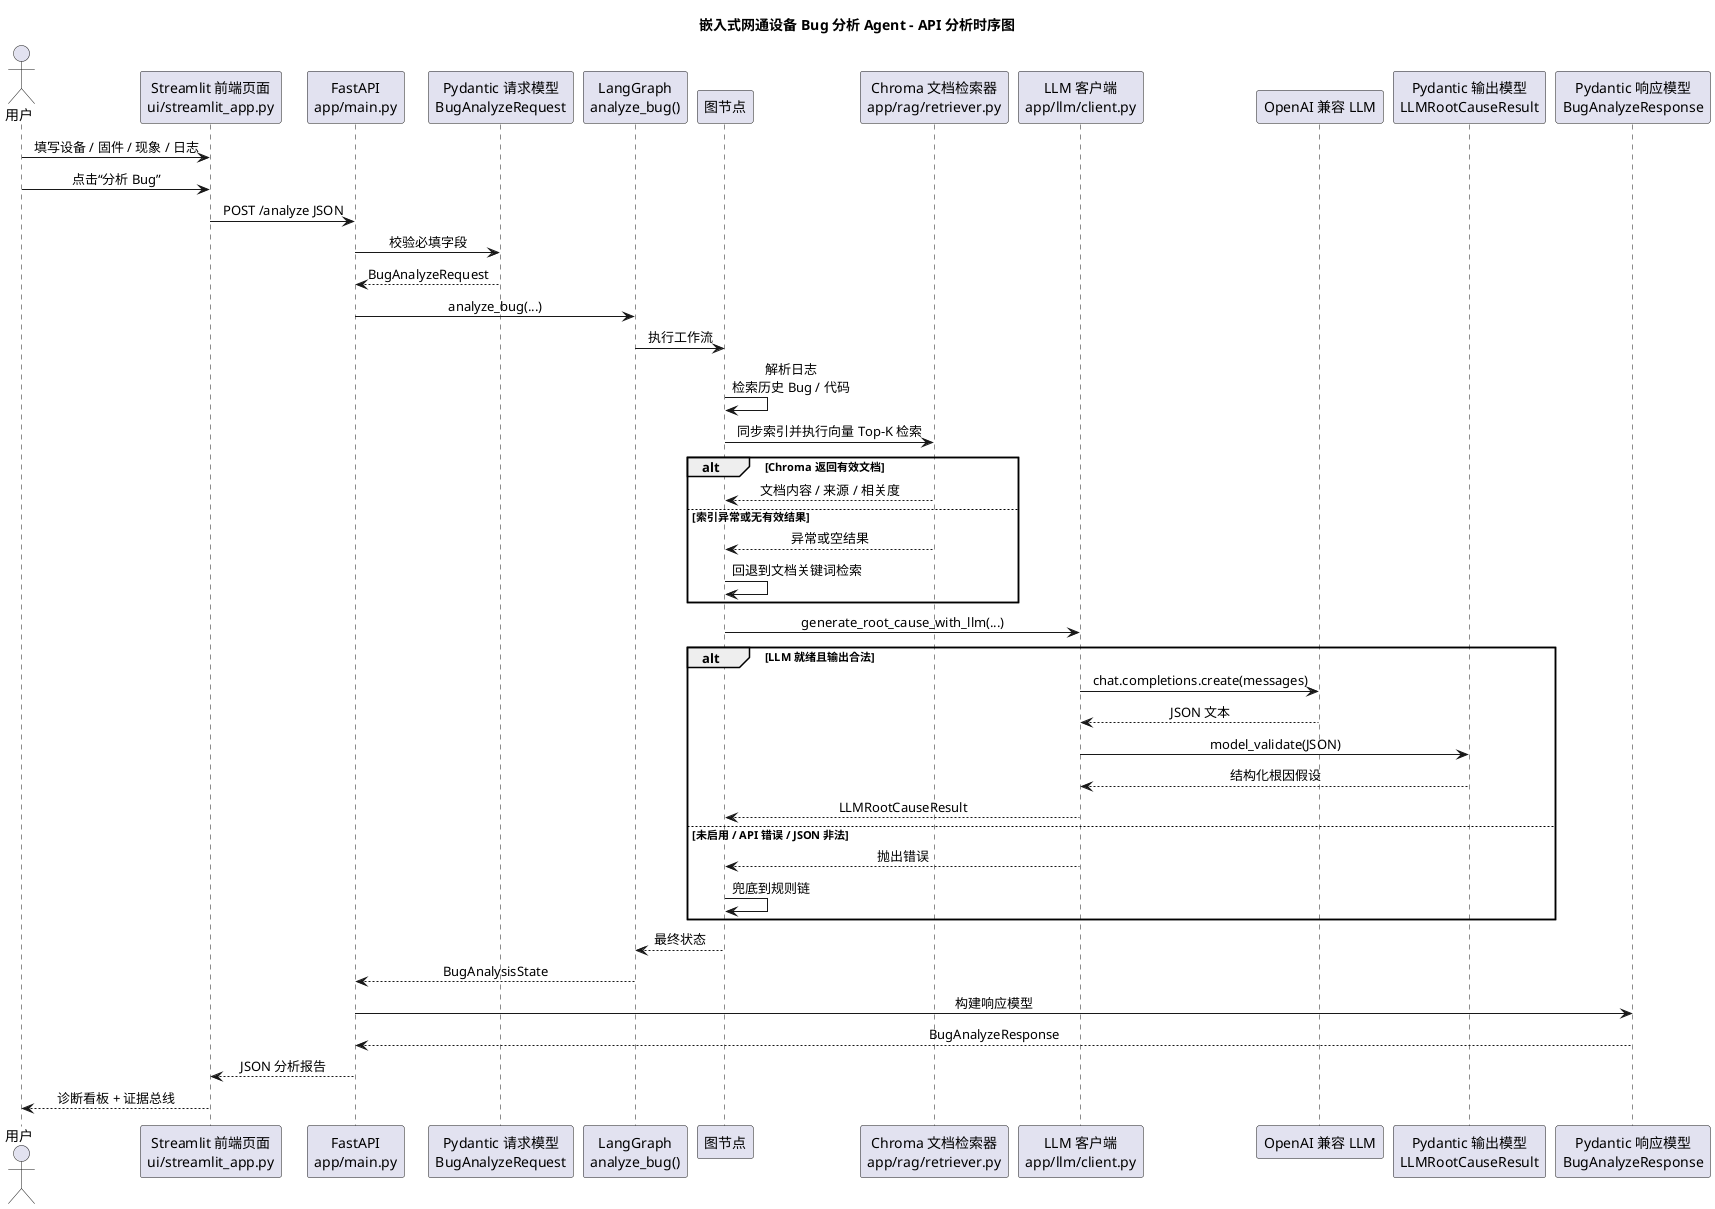
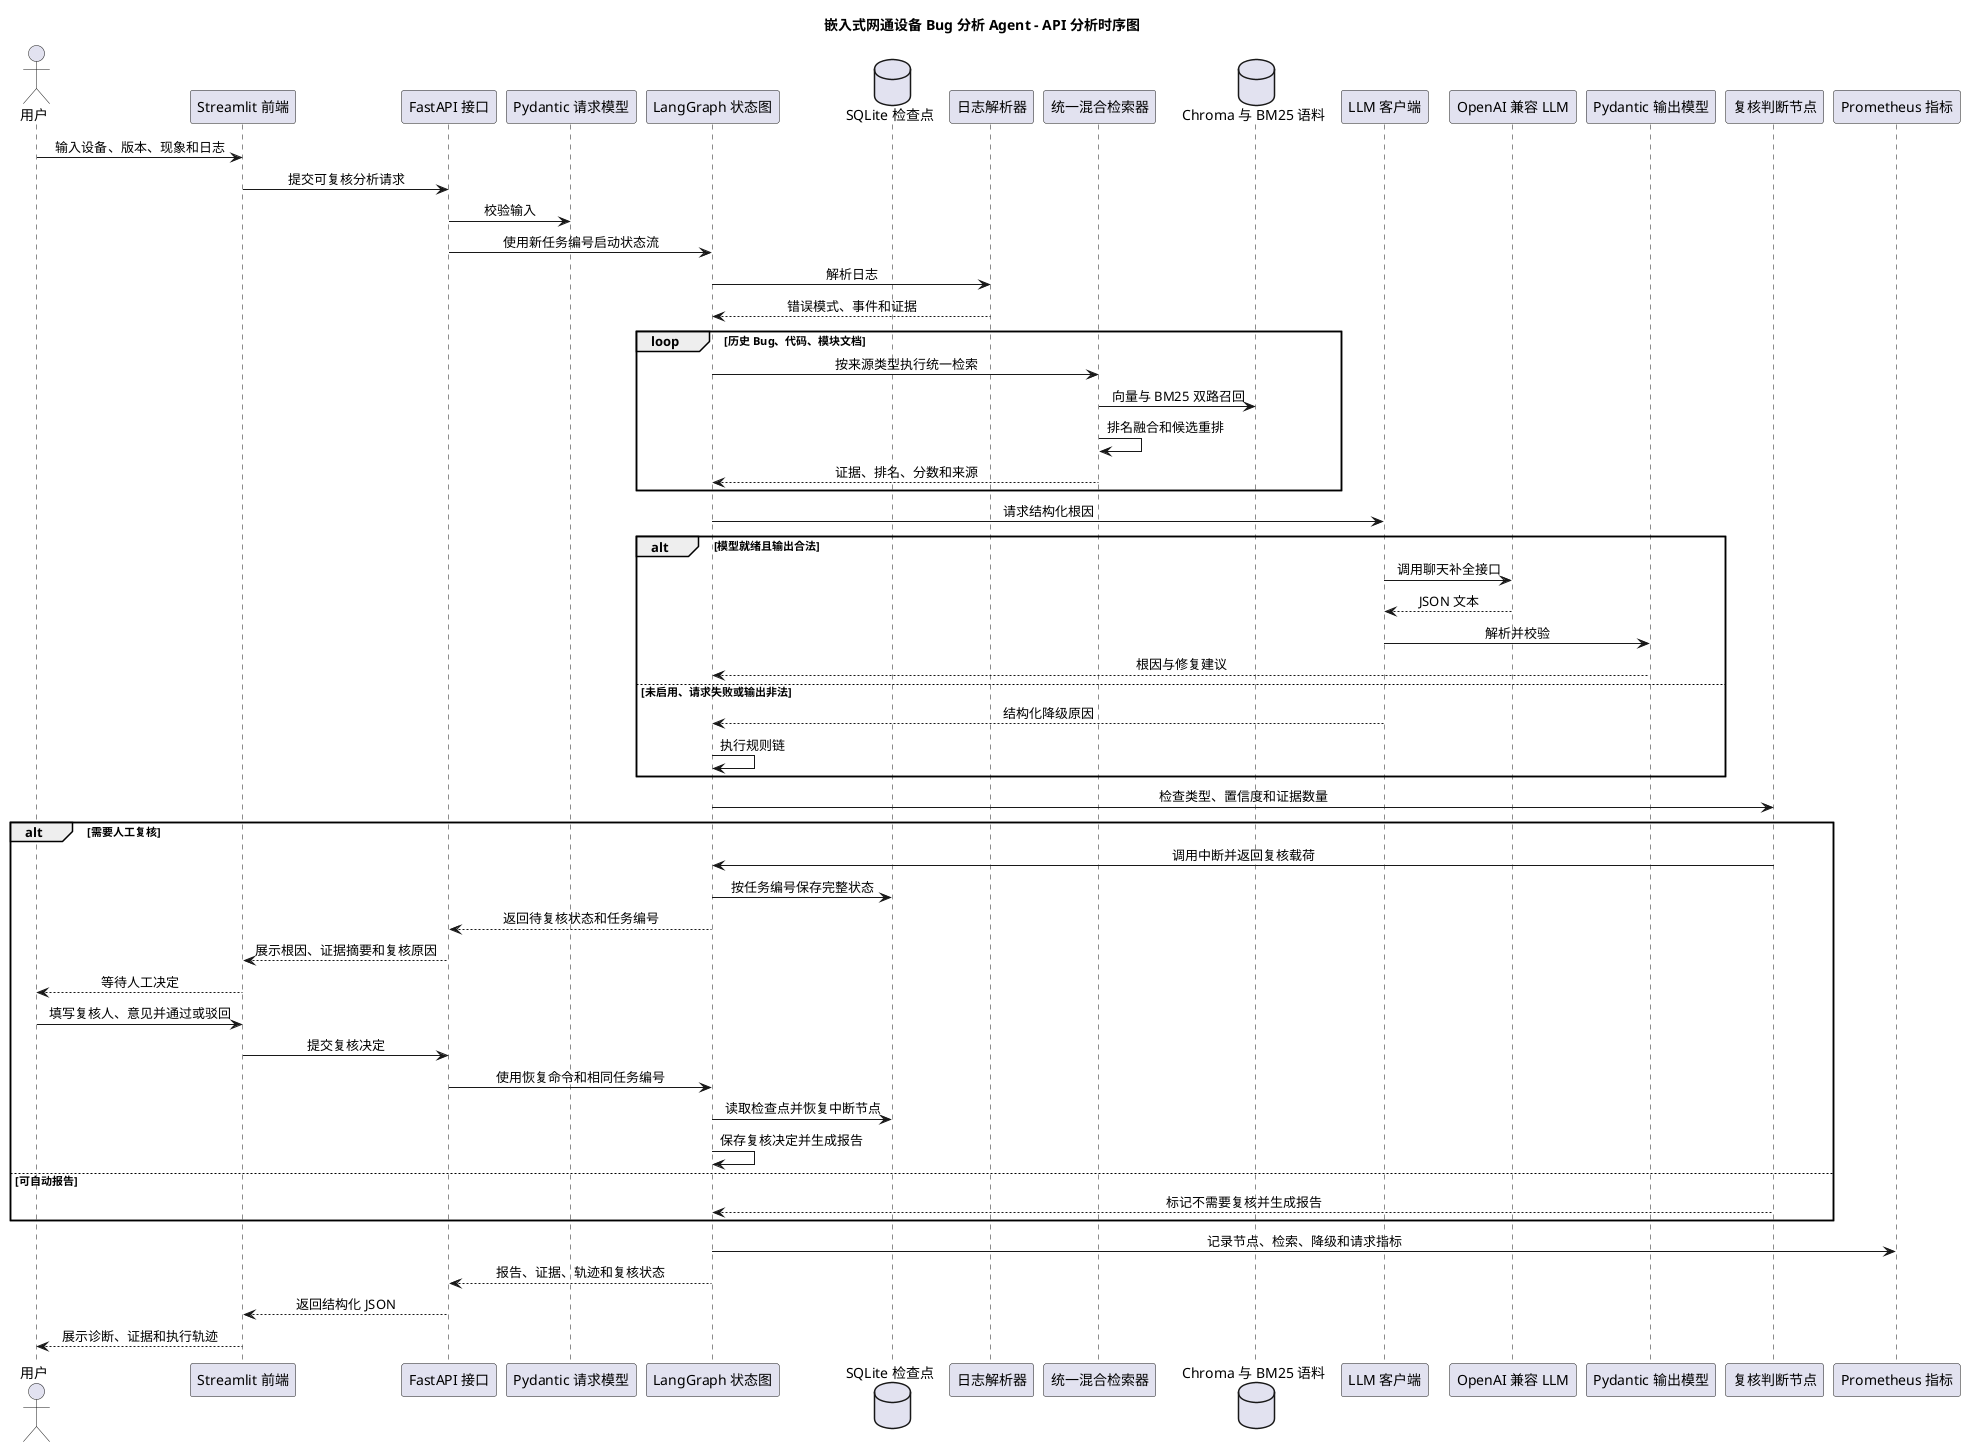
@startuml
title 嵌入式网通设备 Bug 分析 Agent - API 分析时序图

skinparam shadowing false
skinparam sequenceMessageAlign center

- actor 用户 as User
- participant "Streamlit 前端页面\nui/streamlit_app.py" as UI
- participant "FastAPI\napp/main.py" as API
- participant "Pydantic 请求模型\nBugAnalyzeRequest" as Req
- participant "LangGraph\nanalyze_bug()" as Graph
- participant "图节点" as Nodes
- participant "Chroma 文档检索器\napp/rag/retriever.py" as Retriever
- participant "LLM 客户端\napp/llm/client.py" as LLMClient
+ actor "用户" as User
+ participant "Streamlit 前端" as UI
+ participant "FastAPI 接口" as API
+ participant "Pydantic 请求模型" as Request
+ participant "LangGraph 状态图" as Graph
+ database "SQLite 检查点" as Checkpoint
+ participant "日志解析器" as Parser
+ participant "统一混合检索器" as Retriever
+ database "Chroma 与 BM25 语料" as Knowledge
+ participant "LLM 客户端" as LLMClient
participant "OpenAI 兼容 LLM" as LLM
- participant "Pydantic 输出模型\nLLMRootCauseResult" as LLMSchema
- participant "Pydantic 响应模型\nBugAnalyzeResponse" as Resp
+ participant "Pydantic 输出模型" as Output
+ participant "复核判断节点" as Review
+ participant "Prometheus 指标" as Metrics

- User -> UI : 填写设备 / 固件 / 现象 / 日志
- User -> UI : 点击“分析 Bug”
- UI -> API : POST /analyze JSON
- API -> Req : 校验必填字段
- Req --> API : BugAnalyzeRequest
+ User -> UI : 输入设备、版本、现象和日志
+ UI -> API : 提交可复核分析请求
+ API -> Request : 校验输入
+ API -> Graph : 使用新任务编号启动状态流
+ Graph -> Parser : 解析日志
+ Parser --> Graph : 错误模式、事件和证据

- API -> Graph : analyze_bug(...)
- Graph -> Nodes : 执行工作流
- 
- Nodes -> Nodes : 解析日志\n检索历史 Bug / 代码
- Nodes -> Retriever : 同步索引并执行向量 Top-K 检索
- alt Chroma 返回有效文档
-   Retriever --> Nodes : 文档内容 / 来源 / 相关度
- else 索引异常或无有效结果
-   Retriever --> Nodes : 异常或空结果
-   Nodes -> Nodes : 回退到文档关键词检索
- end
- Nodes -> LLMClient : generate_root_cause_with_llm(...)
- 
- alt LLM 就绪且输出合法
-   LLMClient -> LLM : chat.completions.create(messages)
-   LLM --> LLMClient : JSON 文本
-   LLMClient -> LLMSchema : model_validate(JSON)
-   LLMSchema --> LLMClient : 结构化根因假设
-   LLMClient --> Nodes : LLMRootCauseResult
- else 未启用 / API 错误 / JSON 非法
-   LLMClient --> Nodes : 抛出错误
-   Nodes -> Nodes : 兜底到规则链
+ loop 历史 Bug、代码、模块文档
+   Graph -> Retriever : 按来源类型执行统一检索
+   Retriever -> Knowledge : 向量与 BM25 双路召回
+   Retriever -> Retriever : 排名融合和候选重排
+   Retriever --> Graph : 证据、排名、分数和来源
end

- Nodes --> Graph : 最终状态
- Graph --> API : BugAnalysisState
- API -> Resp : 构建响应模型
- Resp --> API : BugAnalyzeResponse
- API --> UI : JSON 分析报告
- UI --> User : 诊断看板 + 证据总线
+ Graph -> LLMClient : 请求结构化根因
+ alt 模型就绪且输出合法
+   LLMClient -> LLM : 调用聊天补全接口
+   LLM --> LLMClient : JSON 文本
+   LLMClient -> Output : 解析并校验
+   Output --> Graph : 根因与修复建议
+ else 未启用、请求失败或输出非法
+   LLMClient --> Graph : 结构化降级原因
+   Graph -> Graph : 执行规则链
+ end

+ Graph -> Review : 检查类型、置信度和证据数量
+ alt 需要人工复核
+   Review -> Graph : 调用中断并返回复核载荷
+   Graph -> Checkpoint : 按任务编号保存完整状态
+   Graph --> API : 返回待复核状态和任务编号
+   API --> UI : 展示根因、证据摘要和复核原因
+   UI --> User : 等待人工决定
+   User -> UI : 填写复核人、意见并通过或驳回
+   UI -> API : 提交复核决定
+   API -> Graph : 使用恢复命令和相同任务编号
+   Graph -> Checkpoint : 读取检查点并恢复中断节点
+   Graph -> Graph : 保存复核决定并生成报告
+ else 可自动报告
+   Review --> Graph : 标记不需要复核并生成报告
+ end
+ 
+ Graph -> Metrics : 记录节点、检索、降级和请求指标
+ Graph --> API : 报告、证据、轨迹和复核状态
+ API --> UI : 返回结构化 JSON
+ UI --> User : 展示诊断、证据和执行轨迹
@enduml
